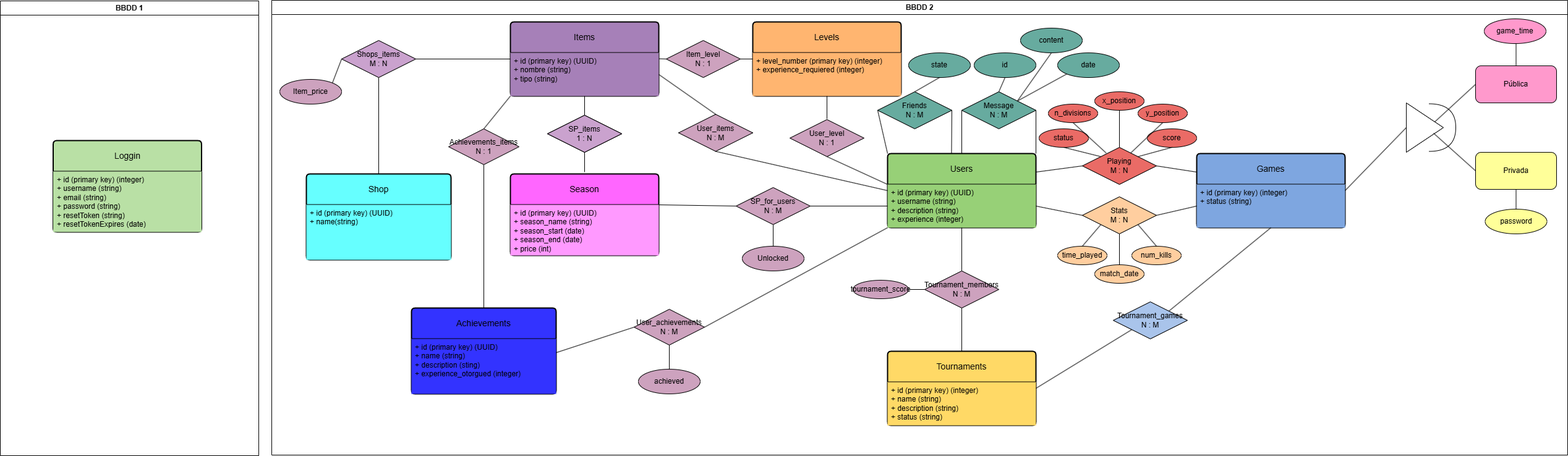
Earlier version of the draw.io export BBDD-proyecto-software.drawio.png (seergiioo2311/backend). Source tidied: cells renumbered, new cells last; positions are measured from the earlier drawing's top-left corner, leaving out a move shared by most shapes.
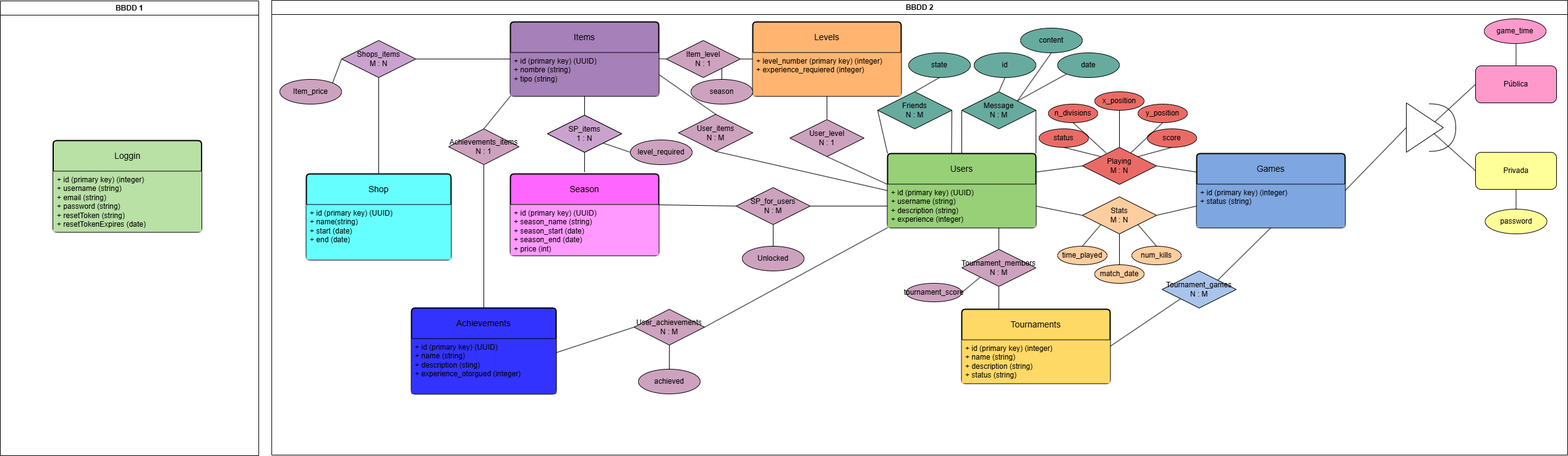
The same diagram one commit later.

What changed in the source:
```diff
@@ -21,7 +21,7 @@
       <mxGeometry y="50" width="240" height="70" as="geometry" />
     </mxCell>
     <mxCell id="8" value="Tournaments" style="swimlane;horizontal=1;startSize=50;rounded=1;fontSize=14;fontStyle=0;strokeWidth=2;shadow=0;dashed=0;align=center;arcSize=4;whiteSpace=wrap;html=1;fillColor=light-dark(#FFD966,var(--ge-dark-color, #121212));" parent="2" vertex="1">
-      <mxGeometry x="996" y="568" width="240" height="120" as="geometry" />
+      <mxGeometry x="1116" y="500" width="240" height="120" as="geometry" />
     </mxCell>
     <mxCell id="9" value="+ id (primary key) (integer)&lt;div&gt;+ name (string)&lt;/div&gt;&lt;div&gt;+ description (string)&lt;/div&gt;&lt;div&gt;+ status (string&lt;span style=&quot;background-color: transparent; color: light-dark(rgb(0, 0, 0), rgb(255, 255, 255));&quot;&gt;)&lt;/span&gt;&lt;/div&gt;" style="align=left;strokeColor=none;fillColor=light-dark(#FFD966,var(--ge-dark-color, #121212));spacingLeft=4;fontSize=12;verticalAlign=top;html=1;" parent="8" vertex="1">
       <mxGeometry y="50" width="240" height="70" as="geometry" />
@@ -33,12 +33,12 @@
       <mxGeometry y="50" width="240" height="70" as="geometry" />
     </mxCell>
     <mxCell id="12" value="Tournament_members&lt;div&gt;N : M&lt;/div&gt;" style="shape=rhombus;perimeter=rhombusPerimeter;whiteSpace=wrap;html=1;align=center;fillColor=light-dark(#CDA2BE,var(--ge-dark-color, #121212));" parent="2" vertex="1">
-      <mxGeometry x="1056" y="438" width="120" height="60" as="geometry" />
+      <mxGeometry x="1116" y="403" width="120" height="60" as="geometry" />
     </mxCell>
-    <mxCell id="13" style="endArrow=none;html=1;rounded=0;exitX=0.5;exitY=1;exitDx=0;exitDy=0;entryX=0.5;entryY=0;entryDx=0;entryDy=0;" parent="2" edge="1" source="7" target="12">
+    <mxCell id="13" style="endArrow=none;html=1;rounded=0;exitX=0.75;exitY=1;exitDx=0;exitDy=0;entryX=0.5;entryY=0;entryDx=0;entryDy=0;" parent="2" edge="1" source="7" target="12">
       <mxGeometry relative="1" as="geometry" />
     </mxCell>
-    <mxCell id="14" style="endArrow=none;html=1;rounded=0;exitX=0.5;exitY=0;exitDx=0;exitDy=0;entryX=0.5;entryY=1;entryDx=0;entryDy=0;" parent="2" edge="1" source="8" target="12">
+    <mxCell id="14" style="endArrow=none;html=1;rounded=0;exitX=0.25;exitY=0;exitDx=0;exitDy=0;entryX=0.5;entryY=1;entryDx=0;entryDy=0;" parent="2" edge="1" source="8" target="12">
       <mxGeometry relative="1" as="geometry" />
     </mxCell>
     <mxCell id="15" value="Playing&lt;div&gt;M : N&lt;/div&gt;" style="shape=rhombus;perimeter=rhombusPerimeter;whiteSpace=wrap;html=1;align=center;fillColor=light-dark(#EA6B66,var(--ge-dark-color, #121212));" parent="2" vertex="1">
@@ -117,7 +117,7 @@
       <mxGeometry relative="1" as="geometry" />
     </mxCell>
     <mxCell id="40" value="Tournament_games&lt;div&gt;N : M&lt;/div&gt;" style="shape=rhombus;perimeter=rhombusPerimeter;whiteSpace=wrap;html=1;align=center;fillColor=light-dark(#A9C4EB,var(--ge-dark-color, #121212));" parent="2" vertex="1">
-      <mxGeometry x="1361" y="488" width="120" height="60" as="geometry" />
+      <mxGeometry x="1440" y="438" width="120" height="60" as="geometry" />
     </mxCell>
     <mxCell id="41" style="endArrow=none;html=1;rounded=0;exitX=1;exitY=0.5;exitDx=0;exitDy=0;entryX=0;entryY=1;entryDx=0;entryDy=0;" parent="2" edge="1" source="8" target="40">
       <mxGeometry relative="1" as="geometry" />
@@ -125,7 +125,7 @@
     <mxCell id="42" style="endArrow=none;html=1;rounded=0;entryX=0.5;entryY=1;entryDx=0;entryDy=0;exitX=1;exitY=0;exitDx=0;exitDy=0;" parent="2" edge="1" source="40" target="11">
       <mxGeometry relative="1" as="geometry" />
     </mxCell>
-    <mxCell id="43" style="endArrow=none;html=1;rounded=0;exitX=1;exitY=0.5;exitDx=0;exitDy=0;entryX=0;entryY=0.5;entryDx=0;entryDy=0;" parent="2" edge="1" source="96" target="12">
+    <mxCell id="43" style="endArrow=none;html=1;rounded=0;exitX=1;exitY=0.5;exitDx=0;exitDy=0;entryX=0;entryY=1;entryDx=0;entryDy=0;" parent="2" edge="1" source="96" target="12">
       <mxGeometry relative="1" as="geometry" />
     </mxCell>
     <mxCell id="44" style="triangle;whiteSpace=wrap;html=1;" parent="2" vertex="1">
@@ -228,7 +228,7 @@
     <mxCell id="73" value="Shop" style="swimlane;horizontal=1;startSize=50;rounded=1;fontSize=14;fontStyle=0;strokeWidth=2;shadow=0;dashed=0;align=center;arcSize=4;whiteSpace=wrap;html=1;fillColor=light-dark(#66FFFF,var(--ge-dark-color, #121212));" parent="2" vertex="1">
       <mxGeometry x="56" y="281" width="234" height="139" as="geometry" />
     </mxCell>
-    <mxCell id="74" value="+ id (primary key) (UUID)&lt;div&gt;+ name(string)&lt;/div&gt;" style="align=left;strokeColor=none;fillColor=light-dark(#66FFFF,var(--ge-dark-color, #121212));spacingLeft=4;spacingRight=4;fontSize=12;verticalAlign=top;html=1;whiteSpace=wrap;" parent="73" vertex="1">
+    <mxCell id="74" value="+ id (primary key) (UUID)&lt;div&gt;+ name(string)&lt;/div&gt;&lt;div&gt;+ start (date)&lt;/div&gt;&lt;div&gt;+ end (date)&lt;/div&gt;" style="align=left;strokeColor=none;fillColor=light-dark(#66FFFF,var(--ge-dark-color, #121212));spacingLeft=4;spacingRight=4;fontSize=12;verticalAlign=top;html=1;whiteSpace=wrap;" parent="73" vertex="1">
       <mxGeometry y="50" width="234" height="89" as="geometry" />
     </mxCell>
     <mxCell id="75" value="Shops&lt;span style=&quot;background-color: transparent; color: light-dark(rgb(0, 0, 0), rgb(255, 255, 255));&quot;&gt;_items&lt;/span&gt;&lt;div&gt;&lt;div&gt;M : N&lt;/div&gt;&lt;/div&gt;" style="shape=rhombus;perimeter=rhombusPerimeter;whiteSpace=wrap;html=1;align=center;fillColor=light-dark(#CAA2CE,var(--ge-dark-color, #121212));" parent="2" vertex="1">
@@ -295,7 +295,7 @@
       <mxGeometry relative="1" as="geometry" />
     </mxCell>
     <mxCell id="96" value="tournament_score" style="ellipse;whiteSpace=wrap;html=1;align=center;fillColor=light-dark(#CDA2BE,var(--ge-dark-color, #121212));" parent="2" vertex="1">
-      <mxGeometry x="940" y="453" width="90" height="30" as="geometry" />
+      <mxGeometry x="1026" y="458" width="90" height="30" as="geometry" />
     </mxCell>
     <mxCell id="97" value="Message&lt;div&gt;N : M&lt;/div&gt;" style="shape=rhombus;perimeter=rhombusPerimeter;whiteSpace=wrap;html=1;align=center;fillColor=light-dark(#67AB9F,var(--ge-dark-color, #121212));" parent="2" vertex="1">
       <mxGeometry x="1116" y="148" width="120" height="60" as="geometry" />
@@ -324,6 +324,18 @@
     <mxCell id="105" style="endArrow=none;html=1;rounded=0;entryX=0;entryY=1;entryDx=0;entryDy=0;exitX=1;exitY=0;exitDx=0;exitDy=0;" parent="2" edge="1" source="97" target="100">
       <mxGeometry relative="1" as="geometry" />
     </mxCell>
+    <mxCell id="109" value="level_required" style="ellipse;whiteSpace=wrap;html=1;align=center;fillColor=light-dark(#CDA2BE,#000000);strokeColor=default;verticalAlign=middle;fontFamily=Helvetica;fontSize=12;fontColor=default;" parent="2" vertex="1">
+      <mxGeometry x="580" y="226" width="100" height="40" as="geometry" />
+    </mxCell>
+    <mxCell id="110" style="endArrow=none;html=1;rounded=0;exitX=0;exitY=0.5;exitDx=0;exitDy=0;entryX=1;entryY=1;entryDx=0;entryDy=0;" parent="2" edge="1" source="109" target="71">
+      <mxGeometry relative="1" as="geometry" />
+    </mxCell>
+    <mxCell id="111" value="season" style="ellipse;whiteSpace=wrap;html=1;align=center;fillColor=light-dark(#CDA2BE,#000000);strokeColor=default;verticalAlign=middle;fontFamily=Helvetica;fontSize=12;fontColor=default;" parent="2" vertex="1">
+      <mxGeometry x="678" y="128" width="100" height="40" as="geometry" />
+    </mxCell>
+    <mxCell id="112" style="endArrow=none;html=1;rounded=0;entryX=1;entryY=1;entryDx=0;entryDy=0;exitX=0.5;exitY=0;exitDx=0;exitDy=0;" parent="2" edge="1" source="111" target="66">
+      <mxGeometry relative="1" as="geometry" />
+    </mxCell>
     <mxCell id="106" value="BBDD 1" style="swimlane;whiteSpace=wrap;html=1;" parent="1" vertex="1">
       <mxGeometry y="1" width="418" height="736" as="geometry" />
     </mxCell>
```
